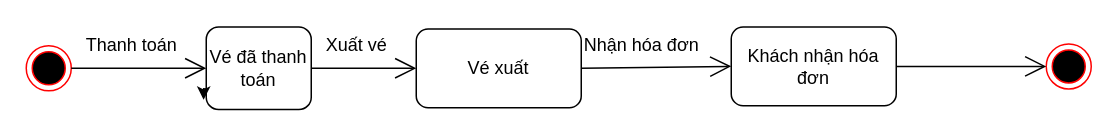
The draw.io diagram XuatVe.drawio in TaiTNguyen2000/DOAN1, before the edit. Source tidied: cells renumbered, new cells numbered last; positions are measured from the earlier drawing's top-left corner, leaving out a move shared by most shapes. Both pictures are drawn from the tidied source at 150%, with x=0, y=0 at pixel (26, 27).
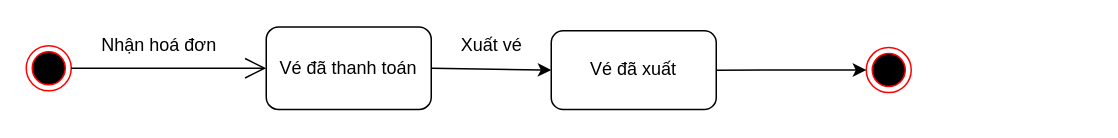
After the change.

What changed in the source:
```diff
@@
 <mxGraphModel>
   <root>
     <mxCell id="0" />
     <mxCell id="1" parent="0" />
     <mxCell id="2" style="ellipse;html=1;shape=endState;fillColor=#000000;strokeColor=#ff0000;" parent="1" vertex="1">
       <mxGeometry y="12" width="30" height="30" as="geometry" />
     </mxCell>
     <mxCell id="3" style="endArrow=open;endFill=1;endSize=12;html=1;exitX=1;exitY=0.5;exitDx=0;exitDy=0;entryX=0;entryY=0.5;entryDx=0;entryDy=0;" parent="1" edge="1" source="2" target="4">
       <mxGeometry relative="1" as="geometry">
         <Array as="points">
           <mxPoint x="100" y="27" />
         </Array>
       </mxGeometry>
     </mxCell>
     <mxCell id="4" value="Vé đã thanh toán" style="rounded=1;whiteSpace=wrap;html=1;" parent="1" vertex="1">
-      <mxGeometry x="120" y="-0.5" width="70" height="55" as="geometry" />
+      <mxGeometry x="160" y="-0.5" width="110" height="55" as="geometry" />
     </mxCell>
-    <mxCell id="5" style="edgeStyle=orthogonalEdgeStyle;rounded=0;jumpStyle=arc;orthogonalLoop=1;jettySize=auto;html=1;exitX=0;exitY=0.75;exitDx=0;exitDy=0;entryX=-0.025;entryY=0.883;entryDx=0;entryDy=0;entryPerimeter=0;" parent="1" edge="1" source="4" target="4">
-      <mxGeometry relative="1" as="geometry" />
-    </mxCell>
-    <mxCell id="6" value="Thanh toán" style="text;html=1;align=center;verticalAlign=middle;" parent="1" vertex="1">
-      <mxGeometry x="30" y="2" width="80" height="20" as="geometry" />
+    <mxCell id="6" value="Nhận hoá đơn&amp;nbsp;" style="text;html=1;align=center;verticalAlign=middle;" parent="1" vertex="1">
+      <mxGeometry x="40" y="2" width="100" height="20" as="geometry" />
     </mxCell>
-    <mxCell id="7" style="endArrow=open;endFill=1;endSize=12;html=1;exitX=1;exitY=0.5;exitDx=0;exitDy=0;entryX=0;entryY=0.5;entryDx=0;entryDy=0;" parent="1" edge="1" source="4" target="8">
-      <mxGeometry relative="1" as="geometry">
-        <Array as="points">
-          <mxPoint x="230" y="27" />
-        </Array>
-      </mxGeometry>
-    </mxCell>
-    <mxCell id="8" value="Vé xuất" style="rounded=1;whiteSpace=wrap;html=1;" parent="1" vertex="1">
-      <mxGeometry x="260" y="0.8" width="110" height="52.5" as="geometry" />
+    <mxCell id="8" value="Vé đã xuất" style="rounded=1;whiteSpace=wrap;html=1;" parent="1" vertex="1">
+      <mxGeometry x="350" y="2" width="110" height="52.5" as="geometry" />
     </mxCell>
     <mxCell id="9" value="Xuất vé" style="text;html=1;align=center;verticalAlign=middle;" parent="1" vertex="1">
-      <mxGeometry x="190" y="2" width="60" height="20" as="geometry" />
+      <mxGeometry x="280" y="2" width="60" height="20" as="geometry" />
     </mxCell>
-    <mxCell id="10" value="Khách nhận hóa đơn" style="rounded=1;whiteSpace=wrap;html=1;" parent="1" vertex="1">
-      <mxGeometry x="470" y="-0.5" width="110" height="52.5" as="geometry" />
-    </mxCell>
-    <mxCell id="11" style="endArrow=open;endFill=1;endSize=12;html=1;exitX=1;exitY=0.5;exitDx=0;exitDy=0;entryX=0;entryY=0.5;entryDx=0;entryDy=0;" parent="1" edge="1" source="8" target="10">
-      <mxGeometry relative="1" as="geometry" />
-    </mxCell>
-    <mxCell id="12" value="Nhận hóa đơn" style="text;html=1;align=center;verticalAlign=middle;" parent="1" vertex="1">
-      <mxGeometry x="365" y="2" width="90" height="20" as="geometry" />
-    </mxCell>
     <mxCell id="13" style="ellipse;html=1;shape=endState;fillColor=#000000;strokeColor=#ff0000;" parent="1" vertex="1">
-      <mxGeometry x="680" y="10.8" width="30" height="30" as="geometry" />
+      <mxGeometry x="560" y="13.2" width="30" height="30" as="geometry" />
     </mxCell>
-    <mxCell id="14" style="endArrow=open;endFill=1;endSize=12;html=1;entryX=0;entryY=0.5;entryDx=0;entryDy=0;exitX=1;exitY=0.5;exitDx=0;exitDy=0;" parent="1" edge="1" source="10" target="13">
-      <mxGeometry relative="1" as="geometry" />
-    </mxCell>
+    <mxCell id="15" style="endArrow=classic;html=1;entryX=0;entryY=0.5;entryDx=0;entryDy=0;exitX=1;exitY=0.5;exitDx=0;exitDy=0;" parent="1" edge="1" source="8" target="13">
+      <mxGeometry relative="1" as="geometry" />
+    </mxCell>
+    <mxCell id="7" style="endArrow=classic;html=1;entryX=0;entryY=0.5;entryDx=0;entryDy=0;exitX=1;exitY=0.5;exitDx=0;exitDy=0;" parent="1" edge="1" source="4" target="8">
+      <mxGeometry relative="1" as="geometry" />
+    </mxCell>
   </root>
 </mxGraphModel>
```
